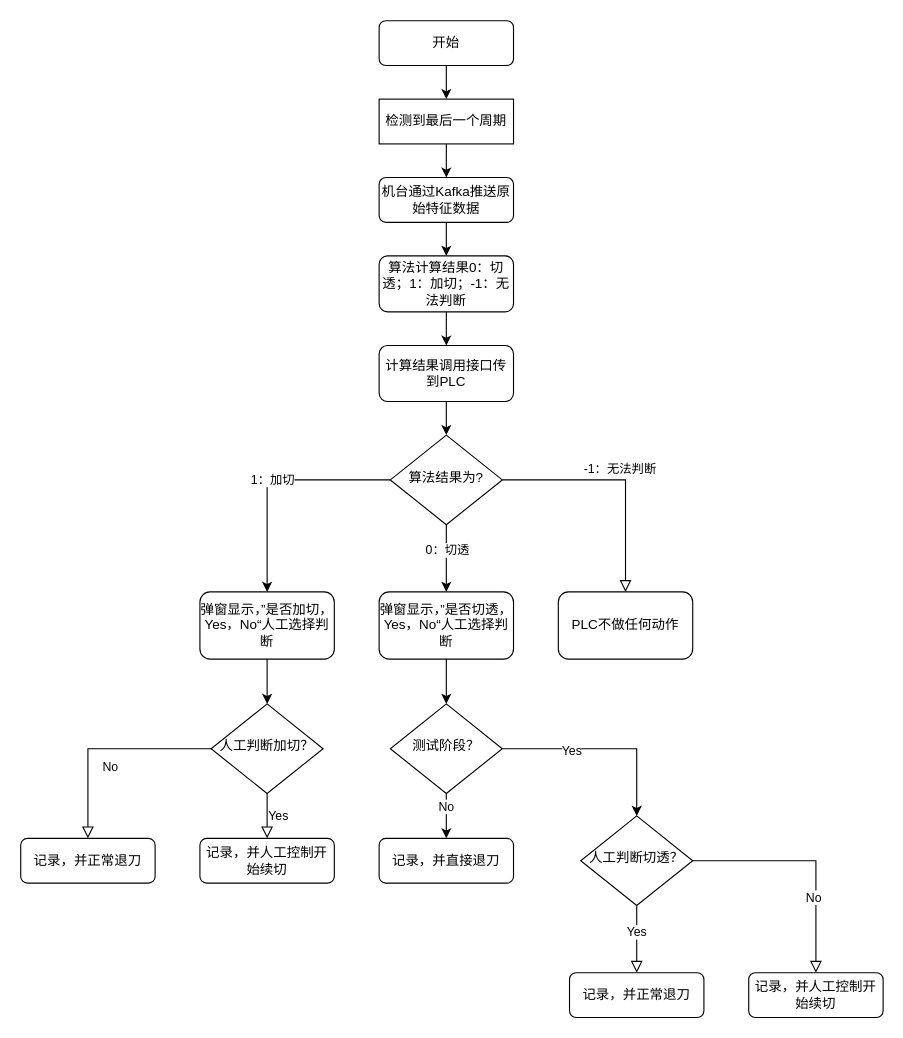
naivea/graph keeps this draw.io diagram as 流程图.drawio. Above is the earlier version. Source tidied: cells renumbered, new cells numbered last; positions are measured from the earlier drawing's top-left corner, leaving out a move shared by most shapes. Both pictures are drawn from the tidied source at 112%, with x=0, y=0 at pixel (20, 20).
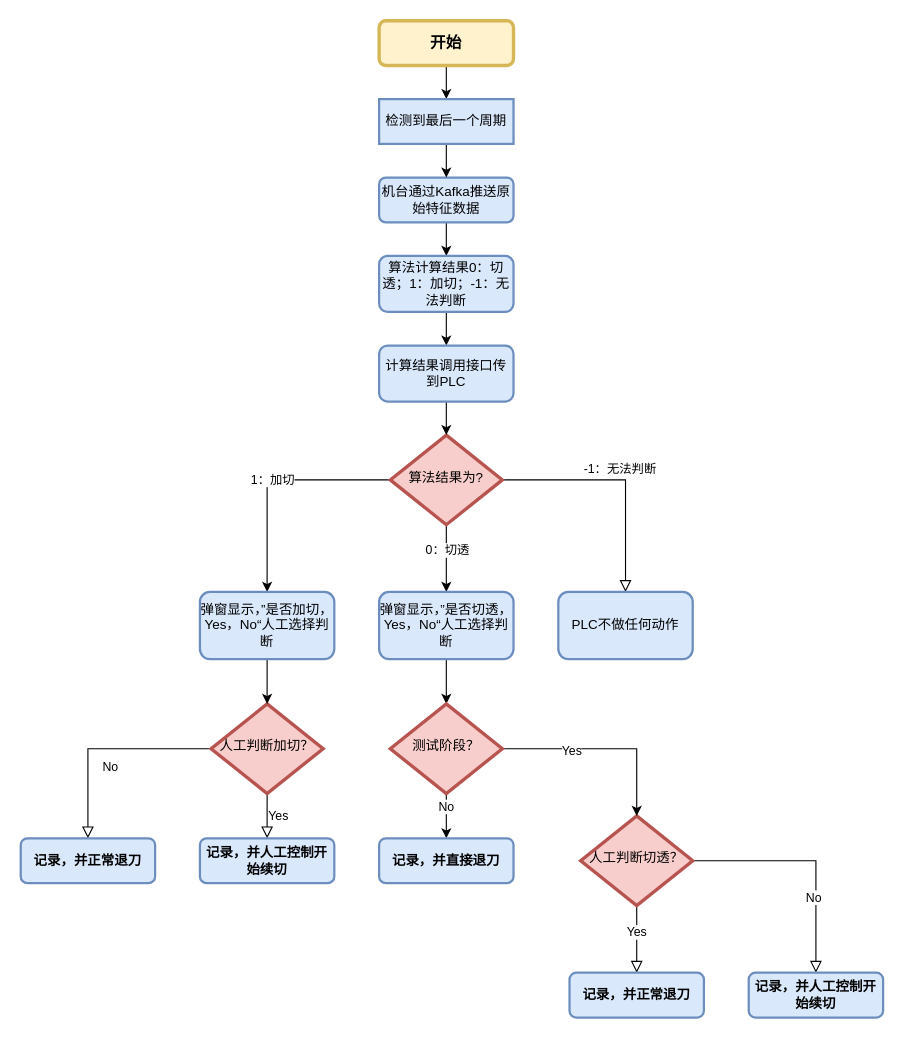
After the change.

Commit message (it also covers changes not shown here):
更新流程图.drawio

What changed in the source:
```diff
@@
-    <mxCell id="3" value="机台通过Kafka推送原始特征数据" style="rounded=1;whiteSpace=wrap;html=1;fontSize=12;glass=0;strokeWidth=1;shadow=0;" parent="1" vertex="1">
+    <mxCell id="3" value="机台通过Kafka推送原始特征数据" style="rounded=1;whiteSpace=wrap;html=1;fontSize=12;glass=0;strokeWidth=2;shadow=0;fillColor=#dae8fc;strokeColor=#6c8ebf;" parent="1" vertex="1">
       <mxGeometry x="320" y="140" width="120" height="40" as="geometry" />
     </mxCell>
@@
-    <mxCell id="8" value="算法结果为?" style="rhombus;whiteSpace=wrap;html=1;shadow=0;fontFamily=Helvetica;fontSize=12;align=center;strokeWidth=1;spacing=6;spacingTop=-4;" parent="1" vertex="1">
+    <mxCell id="8" value="算法结果为?" style="rhombus;whiteSpace=wrap;html=1;shadow=0;fontFamily=Helvetica;fontSize=12;align=center;strokeWidth=3;spacing=6;spacingTop=-4;fillColor=#f8cecc;strokeColor=#b85450;" parent="1" vertex="1">
       <mxGeometry x="330" y="370" width="100" height="80" as="geometry" />
     </mxCell>
-    <mxCell id="9" value="PLC不做任何动作" style="rounded=1;whiteSpace=wrap;html=1;fontSize=12;glass=0;strokeWidth=1;shadow=0;" parent="1" vertex="1">
+    <mxCell id="9" value="PLC不做任何动作" style="rounded=1;whiteSpace=wrap;html=1;fontSize=12;glass=0;strokeWidth=2;shadow=0;fillColor=#dae8fc;strokeColor=#6c8ebf;" parent="1" vertex="1">
       <mxGeometry x="480" y="510" width="120" height="60" as="geometry" />
     </mxCell>
@@
-    <mxCell id="12" value="人工判断加切？" style="rhombus;whiteSpace=wrap;html=1;shadow=0;fontFamily=Helvetica;fontSize=12;align=center;strokeWidth=1;spacing=6;spacingTop=-4;" parent="1" vertex="1">
+    <mxCell id="12" value="人工判断加切？" style="rhombus;whiteSpace=wrap;html=1;shadow=0;fontFamily=Helvetica;fontSize=12;align=center;strokeWidth=3;spacing=6;spacingTop=-4;fillColor=#f8cecc;strokeColor=#b85450;" parent="1" vertex="1">
       <mxGeometry x="170" y="610" width="100" height="80" as="geometry" />
     </mxCell>
-    <mxCell id="13" value="记录，并正常退刀" style="rounded=1;whiteSpace=wrap;html=1;fontSize=12;glass=0;strokeWidth=1;shadow=0;" parent="1" vertex="1">
+    <mxCell id="13" value="记录，并正常退刀" style="rounded=1;whiteSpace=wrap;html=1;fontSize=12;glass=0;strokeWidth=2;shadow=0;fillColor=#dae8fc;strokeColor=#6c8ebf;fontStyle=1;" parent="1" vertex="1">
       <mxGeometry y="730" width="120" height="40" as="geometry" />
     </mxCell>
-    <mxCell id="14" value="记录，并人工控制开始续切" style="rounded=1;whiteSpace=wrap;html=1;fontSize=12;glass=0;strokeWidth=1;shadow=0;" parent="1" vertex="1">
+    <mxCell id="14" value="记录，并人工控制开始续切" style="rounded=1;whiteSpace=wrap;html=1;fontSize=12;glass=0;strokeWidth=2;shadow=0;fillColor=#dae8fc;strokeColor=#6c8ebf;fontStyle=1;" parent="1" vertex="1">
       <mxGeometry x="160" y="730" width="120" height="40" as="geometry" />
     </mxCell>
@@
-    <mxCell id="16" value="开始" style="rounded=1;whiteSpace=wrap;html=1;" parent="1" vertex="1">
+    <mxCell id="16" value="开始" style="rounded=1;whiteSpace=wrap;html=1;fillColor=#fff2cc;strokeColor=#d6b656;strokeWidth=3;fontStyle=1;fontSize=14;" parent="1" vertex="1">
       <mxGeometry x="320" width="120" height="40" as="geometry" />
     </mxCell>
@@
-    <mxCell id="18" value="检测到最后一个周期" style="rounded=0;whiteSpace=wrap;html=1;" parent="1" vertex="1">
+    <mxCell id="18" value="检测到最后一个周期" style="rounded=0;whiteSpace=wrap;html=1;fillColor=#dae8fc;strokeColor=#6c8ebf;strokeWidth=2;" parent="1" vertex="1">
       <mxGeometry x="320" y="70" width="120" height="40" as="geometry" />
     </mxCell>
@@
-    <mxCell id="20" value="算法计算结果0：切透；1：加切；-1：无法判断" style="rounded=1;whiteSpace=wrap;html=1;fontSize=12;glass=0;strokeWidth=1;shadow=0;" parent="1" vertex="1">
+    <mxCell id="20" value="算法计算结果0：切透；1：加切；-1：无法判断" style="rounded=1;whiteSpace=wrap;html=1;fontSize=12;glass=0;strokeWidth=2;shadow=0;fillColor=#dae8fc;strokeColor=#6c8ebf;" parent="1" vertex="1">
       <mxGeometry x="320" y="210" width="120" height="50" as="geometry" />
     </mxCell>
@@
-    <mxCell id="22" value="计算结果调用接口传到PLC" style="rounded=1;whiteSpace=wrap;html=1;fontSize=12;glass=0;strokeWidth=1;shadow=0;" parent="1" vertex="1">
+    <mxCell id="22" value="计算结果调用接口传到PLC" style="rounded=1;whiteSpace=wrap;html=1;fontSize=12;glass=0;strokeWidth=2;shadow=0;fillColor=#dae8fc;strokeColor=#6c8ebf;" parent="1" vertex="1">
       <mxGeometry x="320" y="290" width="120" height="50" as="geometry" />
     </mxCell>
@@
-    <mxCell id="24" value="弹窗显示，”是否切透，Yes，No“人工选择判断" style="rounded=1;whiteSpace=wrap;html=1;fontSize=12;glass=0;strokeWidth=1;shadow=0;" parent="1" vertex="1">
+    <mxCell id="24" value="弹窗显示，”是否切透，Yes，No“人工选择判断" style="rounded=1;whiteSpace=wrap;html=1;fontSize=12;glass=0;strokeWidth=2;shadow=0;fillColor=#dae8fc;strokeColor=#6c8ebf;" parent="1" vertex="1">
       <mxGeometry x="320" y="510" width="120" height="60" as="geometry" />
     </mxCell>
@@
-    <mxCell id="26" value="弹窗显示，”是否加切，Yes，No“人工选择判断" style="rounded=1;whiteSpace=wrap;html=1;fontSize=12;glass=0;strokeWidth=1;shadow=0;" parent="1" vertex="1">
+    <mxCell id="26" value="弹窗显示，”是否加切，Yes，No“人工选择判断" style="rounded=1;whiteSpace=wrap;html=1;fontSize=12;glass=0;strokeWidth=2;shadow=0;fillColor=#dae8fc;strokeColor=#6c8ebf;" parent="1" vertex="1">
       <mxGeometry x="160" y="510" width="120" height="60" as="geometry" />
     </mxCell>
@@
-    <mxCell id="31" value="人工判断切透？" style="rhombus;whiteSpace=wrap;html=1;shadow=0;fontFamily=Helvetica;fontSize=12;align=center;strokeWidth=1;spacing=6;spacingTop=-4;" parent="1" vertex="1">
+    <mxCell id="31" value="人工判断切透？" style="rhombus;whiteSpace=wrap;html=1;shadow=0;fontFamily=Helvetica;fontSize=12;align=center;strokeWidth=3;spacing=6;spacingTop=-4;fillColor=#f8cecc;strokeColor=#b85450;" parent="1" vertex="1">
       <mxGeometry x="500" y="710" width="100" height="80" as="geometry" />
     </mxCell>
-    <mxCell id="32" value="记录，并人工控制开始续切" style="rounded=1;whiteSpace=wrap;html=1;fontSize=12;glass=0;strokeWidth=1;shadow=0;" parent="1" vertex="1">
+    <mxCell id="32" value="记录，并人工控制开始续切" style="rounded=1;whiteSpace=wrap;html=1;fontSize=12;glass=0;strokeWidth=2;shadow=0;fillColor=#dae8fc;strokeColor=#6c8ebf;fontStyle=1;" parent="1" vertex="1">
       <mxGeometry x="650" y="850" width="120" height="40" as="geometry" />
     </mxCell>
-    <mxCell id="33" value="记录，并正常退刀" style="rounded=1;whiteSpace=wrap;html=1;fontSize=12;glass=0;strokeWidth=1;shadow=0;" parent="1" vertex="1">
+    <mxCell id="33" value="记录，并正常退刀" style="rounded=1;whiteSpace=wrap;html=1;fontSize=12;glass=0;strokeWidth=2;shadow=0;fillColor=#dae8fc;strokeColor=#6c8ebf;fontStyle=1;" parent="1" vertex="1">
       <mxGeometry x="490" y="850" width="120" height="40" as="geometry" />
     </mxCell>
@@
-    <mxCell id="38" value="测试阶段？" style="rhombus;whiteSpace=wrap;html=1;shadow=0;fontFamily=Helvetica;fontSize=12;align=center;strokeWidth=1;spacing=6;spacingTop=-4;" parent="1" vertex="1">
+    <mxCell id="38" value="测试阶段？" style="rhombus;whiteSpace=wrap;html=1;shadow=0;fontFamily=Helvetica;fontSize=12;align=center;strokeWidth=3;spacing=6;spacingTop=-4;fillColor=#f8cecc;strokeColor=#b85450;" parent="1" vertex="1">
       <mxGeometry x="330" y="610" width="100" height="80" as="geometry" />
     </mxCell>
-    <mxCell id="39" value="记录，并直接退刀" style="rounded=1;whiteSpace=wrap;html=1;fontSize=12;glass=0;strokeWidth=1;shadow=0;" parent="1" vertex="1">
+    <mxCell id="39" value="记录，并直接退刀" style="rounded=1;whiteSpace=wrap;html=1;fontSize=12;glass=0;strokeWidth=2;shadow=0;fillColor=#dae8fc;strokeColor=#6c8ebf;fontStyle=1;" parent="1" vertex="1">
       <mxGeometry x="320" y="730" width="120" height="40" as="geometry" />
     </mxCell>
```
